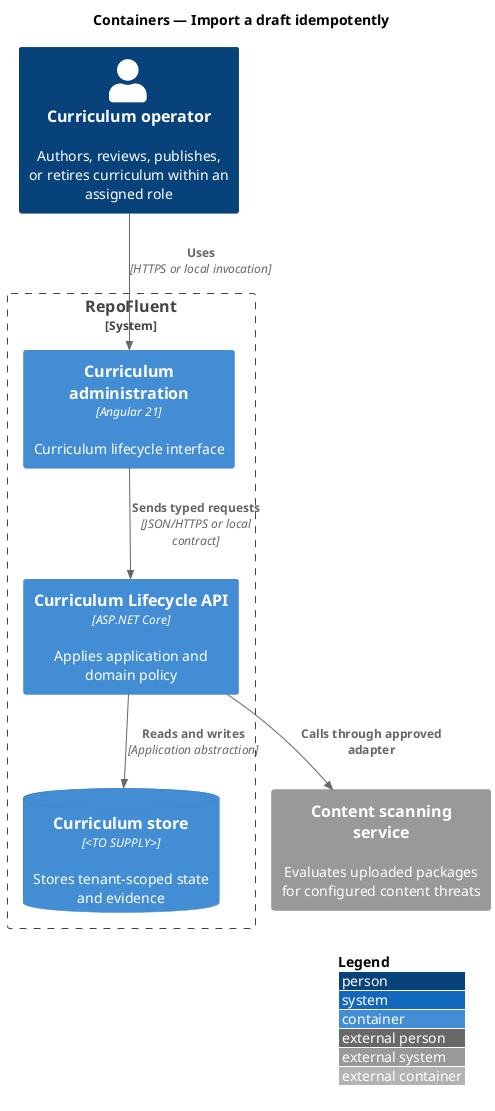
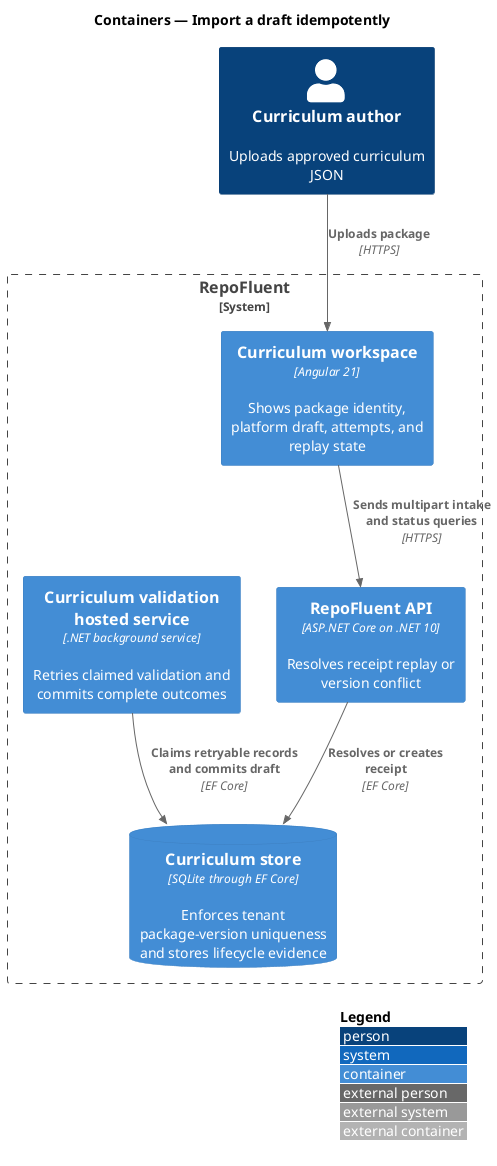
@startuml
!include <C4/C4_Container>
LAYOUT_WITH_LEGEND()
title Containers — Import a draft idempotently

- Person(actor, "Curriculum operator", "Authors, reviews, publishes, or retires curriculum within an assigned role")
+ Person(author, "Curriculum author", "Uploads approved curriculum JSON")
System_Boundary(repofluent, "RepoFluent") {
-   Container(entry, "Curriculum administration", "Angular 21", "Curriculum lifecycle interface")
-   Container(api, "Curriculum Lifecycle API", "ASP.NET Core", "Applies application and domain policy")
-   ContainerDb(store, "Curriculum store", "<TO SUPPLY>", "Stores tenant-scoped state and evidence")
+   Container(web, "Curriculum workspace", "Angular 21", "Shows package identity, platform draft, attempts, and replay state")
+   Container(api, "RepoFluent API", "ASP.NET Core on .NET 10", "Resolves receipt replay or version conflict")
+   Container(worker, "Curriculum validation hosted service", ".NET background service", "Retries claimed validation and commits complete outcomes")
+   ContainerDb(store, "Curriculum store", "SQLite through EF Core", "Enforces tenant package-version uniqueness and stores lifecycle evidence")
}
- System_Ext(dependency, "Content scanning service", "Evaluates uploaded packages for configured content threats")

- Rel(actor, entry, "Uses", "HTTPS or local invocation")
- Rel(entry, api, "Sends typed requests", "JSON/HTTPS or local contract")
- Rel(api, store, "Reads and writes", "Application abstraction")
- Rel(api, dependency, "Calls through approved adapter")
+ Rel(author, web, "Uploads package", "HTTPS")
+ Rel(web, api, "Sends multipart intake and status queries", "HTTPS")
+ Rel(api, store, "Resolves or creates receipt", "EF Core")
+ Rel(worker, store, "Claims retryable records and commits draft", "EF Core")
@enduml
